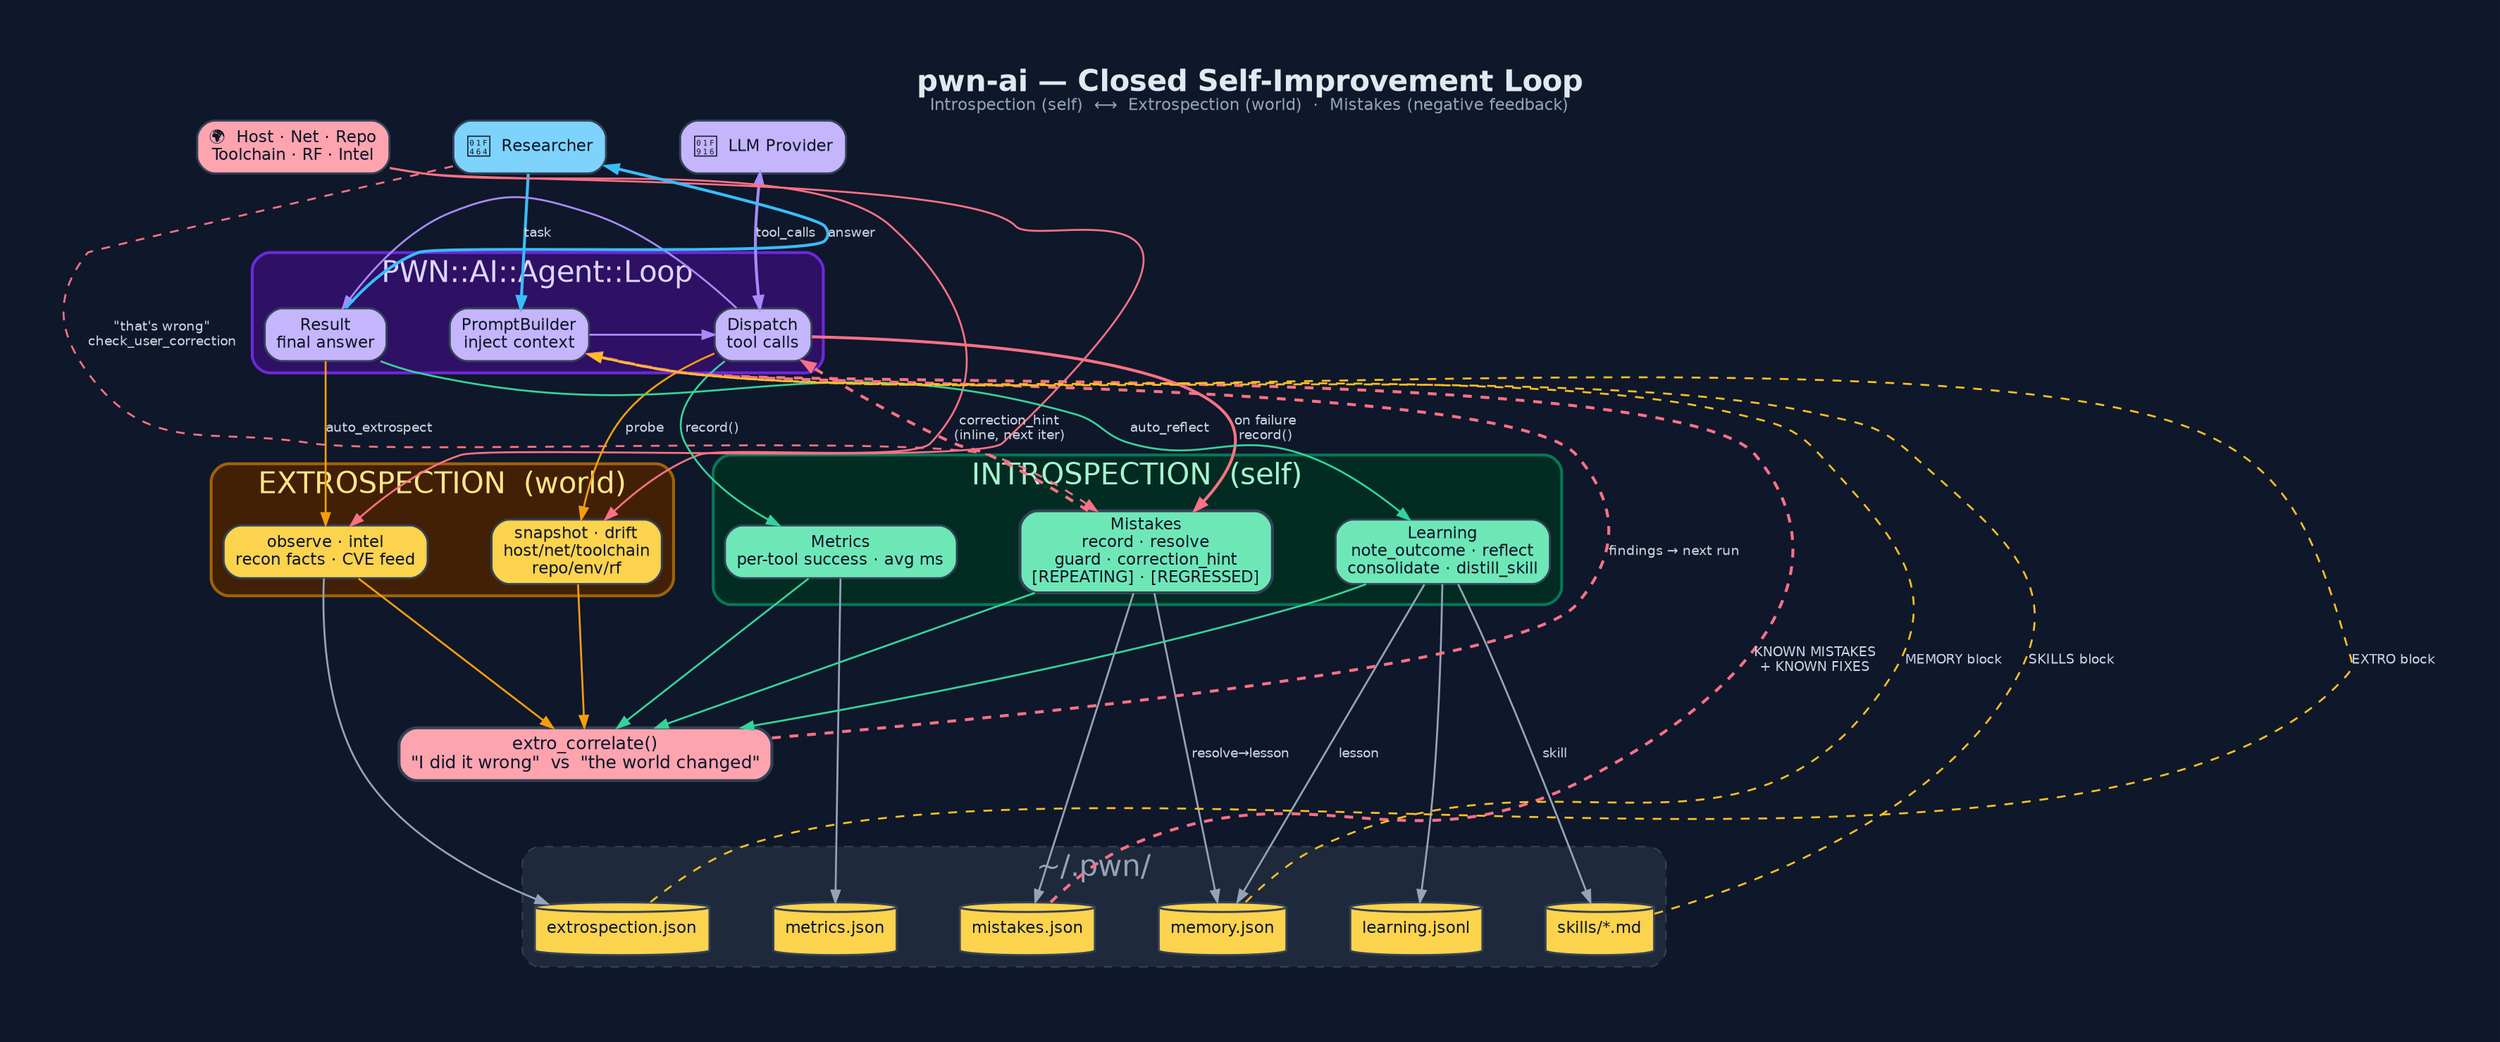
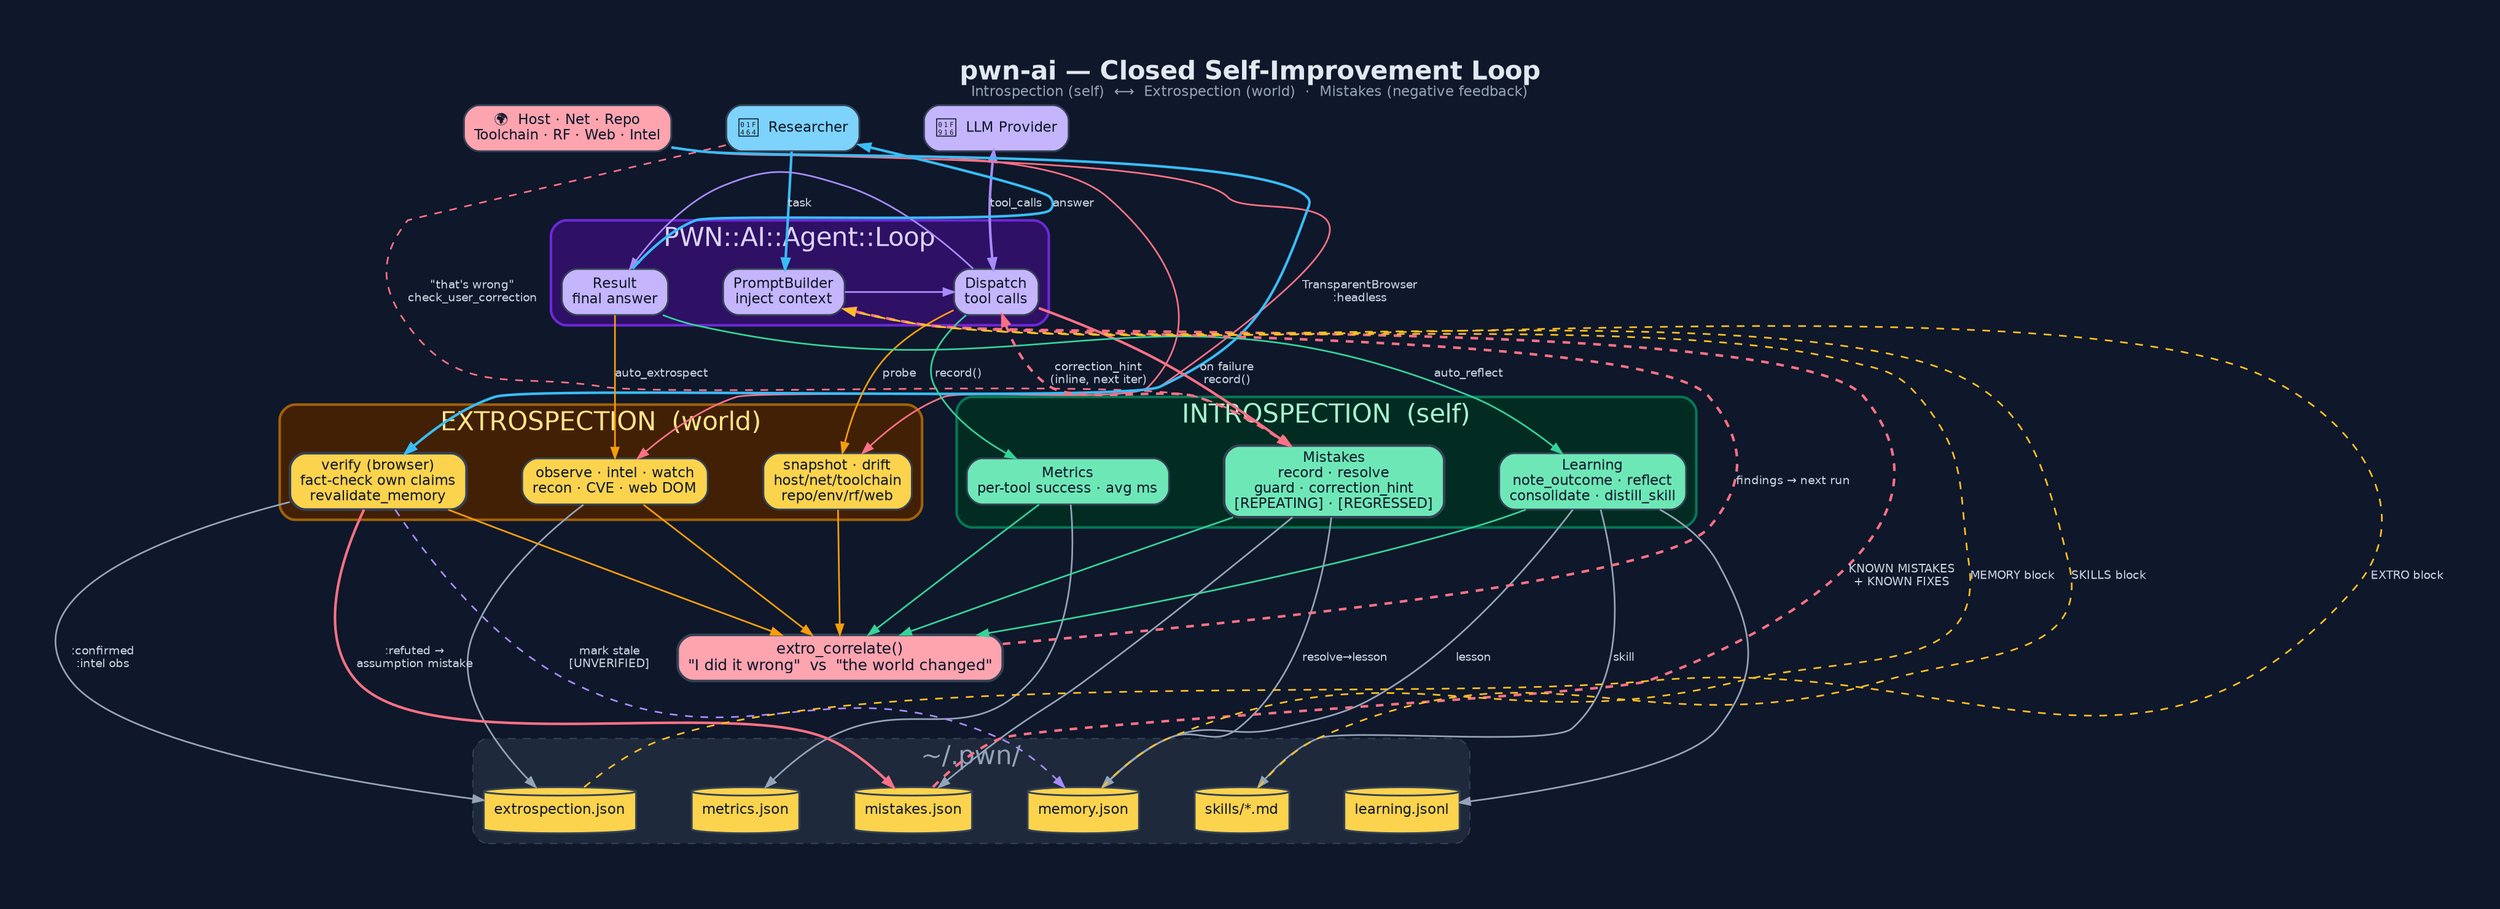
digraph "PWN_AI_Feedback_Learning_Loop" {
  graph [
    label=<<B>pwn-ai — Closed Self-Improvement Loop</B><BR/><FONT POINT-SIZE="11" COLOR="#94a3b8">Introspection (self)  ⟷  Extrospection (world)  ·  Mistakes (negative feedback)</FONT>>,
    labelloc=t, fontsize=20, fontname="Helvetica",
    rankdir=TB, splines=spline, nodesep=0.6, ranksep=1.0,
    bgcolor="#0f172a", fontcolor="#e2e8f0", pad=0.6, newrank=true, compound=true
  ];
  node [fontname="Helvetica", fontsize=11, style="filled,rounded",
        shape=box, penwidth=1.4, color="#334155", fontcolor="#0f172a"];
  edge [fontname="Helvetica", fontsize=9, color="#94a3b8",
        fontcolor="#cbd5e1", penwidth=1.3, arrowsize=0.8];

  /* L0 ─ actors */
  User  [label="👤  Researcher", fillcolor="#7dd3fc"];
  LLM   [label="🤖  LLM Provider", fillcolor="#c4b5fd"];
-   World [label="🌍  Host · Net · Repo\nToolchain · RF · Intel", fillcolor="#fda4af"];
+   World [label="🌍  Host · Net · Repo\nToolchain · RF · Web · Intel", fillcolor="#fda4af"];
  {rank=same; User; LLM; World}

  /* L1 ─ agent core */
  subgraph cluster_core {
    label="PWN::AI::Agent::Loop"; fontcolor="#ddd6fe";
    style=rounded; color="#6d28d9"; bgcolor="#2e1065"; penwidth=2;
    Prompt   [label="PromptBuilder\ninject context", fillcolor="#c4b5fd"];
    Dispatch [label="Dispatch\ntool calls",           fillcolor="#c4b5fd"];
    Result   [label="Result\nfinal answer",           fillcolor="#c4b5fd"];
  }
  {rank=same; Prompt; Dispatch; Result}

  /* L2 ─ triple engines */
  subgraph cluster_intro {
    label="INTROSPECTION  (self)"; fontcolor="#a7f3d0";
    style=rounded; color="#047857"; bgcolor="#022c22"; penwidth=2;
    Metrics  [label="Metrics\nper-tool success · avg ms", fillcolor="#6ee7b7"];
    Learning [label="Learning\nnote_outcome · reflect\nconsolidate · distill_skill", fillcolor="#6ee7b7"];
    Mistakes [label="Mistakes\nrecord · resolve\nguard · correction_hint\n[REPEATING] · [REGRESSED]", fillcolor="#6ee7b7", penwidth=2];
  }
  subgraph cluster_extro {
    label="EXTROSPECTION  (world)"; fontcolor="#fde68a";
    style=rounded; color="#a16207"; bgcolor="#422006"; penwidth=2;
-     Snapshot  [label="snapshot · drift\nhost/net/toolchain\nrepo/env/rf", fillcolor="#fcd34d"];
-     Observe   [label="observe · intel\nrecon facts · CVE feed",           fillcolor="#fcd34d"];
+     Snapshot  [label="snapshot · drift\nhost/net/toolchain\nrepo/env/rf/web", fillcolor="#fcd34d"];
+     Observe   [label="observe · intel · watch\nrecon · CVE · web DOM",             fillcolor="#fcd34d"];
+     Verify    [label="verify (browser)\nfact-check own claims\nrevalidate_memory", fillcolor="#fcd34d", penwidth=2];
  }
-   {rank=same; Metrics; Learning; Mistakes; Snapshot; Observe}
+   {rank=same; Metrics; Learning; Mistakes; Snapshot; Observe; Verify}

  /* L3 ─ correlate */
  Correlate [label="extro_correlate()\n\"I did it wrong\"  vs  \"the world changed\"",
             fillcolor="#fda4af", penwidth=2, fontsize=12];

  /* L4 ─ persistence */
  subgraph cluster_store {
    label="~/.pwn/"; fontcolor="#94a3b8";
    style="rounded,dashed"; color="#334155"; bgcolor="#1e293b";
    Fmet [label="metrics.json",       shape=cylinder, fillcolor="#fcd34d"];
    Flrn [label="learning.jsonl",     shape=cylinder, fillcolor="#fcd34d"];
    Fmis [label="mistakes.json",      shape=cylinder, fillcolor="#fcd34d"];
    Fmem [label="memory.json",        shape=cylinder, fillcolor="#fcd34d"];
    Fskl [label="skills/*.md",         shape=cylinder, fillcolor="#fcd34d"];
    Fext [label="extrospection.json", shape=cylinder, fillcolor="#fcd34d"];
  }
  {rank=same; Fmet; Flrn; Fmis; Fmem; Fskl; Fext}

  /* L0 → L1 */
  User -> Prompt   [label="task", color="#38bdf8", penwidth=2];
  LLM  -> Dispatch [label="tool_calls", dir=both, color="#a78bfa", penwidth=2];
  World-> Result   [style=invis];

  /* L1 internal */
  Prompt -> Dispatch [color="#a78bfa"];
  Dispatch -> Result [color="#a78bfa"];

  /* L1 → L2 */
  Dispatch -> Metrics  [label="record()", color="#34d399"];
  Result   -> Learning [label="auto_reflect", color="#34d399"];
  Dispatch -> Mistakes [label="on failure\nrecord()", color="#fb7185", penwidth=2];
  User     -> Mistakes [label="\"that's wrong\"\ncheck_user_correction", color="#fb7185",
                        style=dashed, constraint=false];
  Dispatch -> Snapshot [label="probe", color="#f59e0b"];
  Result   -> Observe  [label="auto_extrospect", color="#f59e0b"];
  World    -> Snapshot [color="#fb7185", constraint=false];
  World    -> Observe  [color="#fb7185", constraint=false];
+   World    -> Verify   [label="TransparentBrowser\n:headless", color="#38bdf8", constraint=false, penwidth=2];

  /* L2 → L3 */
  Metrics  -> Correlate [color="#34d399"];
  Learning -> Correlate [color="#34d399"];
  Mistakes -> Correlate [color="#34d399"];
  Snapshot -> Correlate [color="#f59e0b"];
  Observe  -> Correlate [color="#f59e0b"];
+   Verify   -> Correlate [color="#f59e0b"];

  /* L3 → L4 */
  Correlate -> Fmet [style=invis];
  Metrics   -> Fmet [color="#94a3b8"];
  Learning  -> Flrn [color="#94a3b8"];
  Mistakes  -> Fmis [color="#94a3b8"];
  Mistakes  -> Fmem [label="resolve→lesson", color="#94a3b8"];
  Learning  -> Fmem [label="lesson", color="#94a3b8"];
  Learning  -> Fskl [label="skill",  color="#94a3b8"];
  Observe   -> Fext [color="#94a3b8"];
+   Verify    -> Fmis [label=":refuted →\nassumption mistake", color="#fb7185", penwidth=2];
+   Verify    -> Fmem [label="mark stale\n[UNVERIFIED]", color="#a78bfa", style=dashed];
+   Verify    -> Fext [label=":confirmed\n:intel obs", color="#94a3b8"];

  /* feedback (dashed, non-constraining) */
  Fmem -> Prompt [label="MEMORY block",  style=dashed, color="#fbbf24", constraint=false];
  Fskl -> Prompt [label="SKILLS block",  style=dashed, color="#fbbf24", constraint=false];
  Fmis -> Prompt [label="KNOWN MISTAKES\n+ KNOWN FIXES", style=dashed, color="#fb7185",
                  constraint=false, penwidth=2];
  Fext -> Prompt [label="EXTRO block",   style=dashed, color="#fbbf24", constraint=false];
  Mistakes -> Dispatch [label="correction_hint\n(inline, next iter)", style=dashed,
                        color="#fb7185", constraint=false, penwidth=2];
  Correlate -> Prompt [label="findings → next run", style=dashed, color="#fb7185",
                       constraint=false, penwidth=2];
  Result -> User [label="answer", color="#38bdf8", constraint=false, penwidth=2];
}
